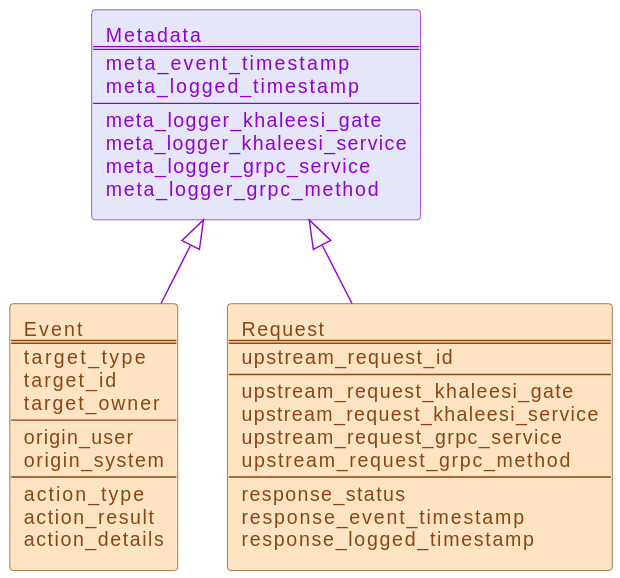
This is documentation/images/logical-structure/core-sawmill.svg from LanDinh/khaleesi-ninja, a PlantUML export, as it was before one commit. The source it was exported from:
```plantuml
@startuml
<style>
agent {
  BackgroundColor lavender
  LineColor darkviolet
  FontColor darkviolet
}
rectangle {
  BackgroundColor bisque
  LineColor saddlebrown
  FontColor saddlebrown
}
</style>

agent metadata[
  Metadata
  ====
  meta_event_timestamp
  meta_logged_timestamp
  ----
  meta_logger_khaleesi_gate
  meta_logger_khaleesi_service
  meta_logger_grpc_service
  meta_logger_grpc_method
]

rectangle event [
  Event
  ====
  target_type
  target_id
  target_owner
  ----
  origin_user
  origin_system
  ----
  action_type
  action_result
  action_details
]
rectangle request [
  Request
  ====
  upstream_request_id
  ----
  upstream_request_khaleesi_gate
  upstream_request_khaleesi_service
  upstream_request_grpc_service
  upstream_request_grpc_method
  ----
  response_status
  response_event_timestamp
  response_logged_timestamp
]

metadata ^-- event #darkviolet;text:darkviolet
metadata ^-- request #darkviolet;text:darkviolet
@enduml
```
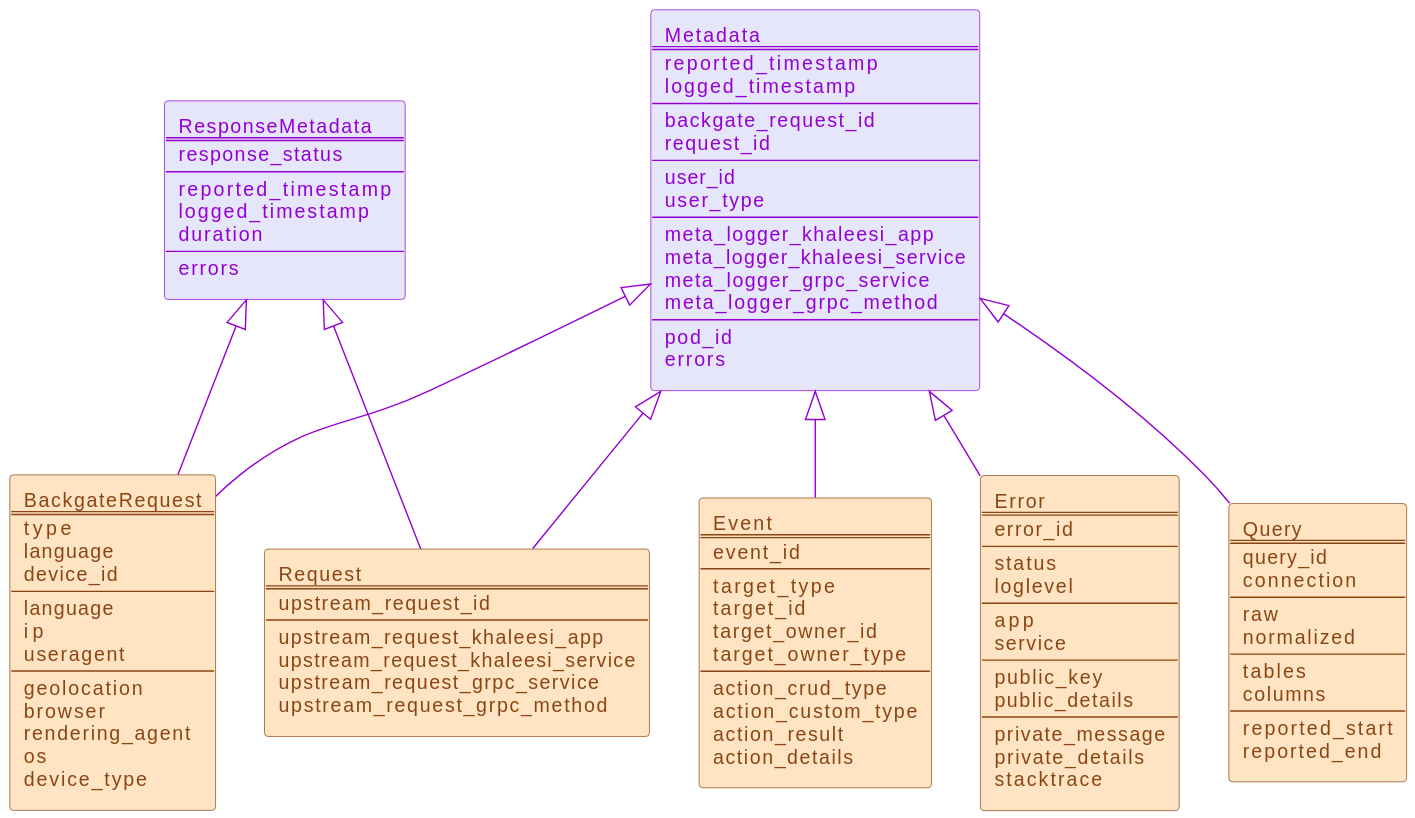
After the change.

Diff of the diagram source:
```diff
@@ -15,26 +15,48 @@
 agent metadata[
   Metadata
   ====
-  meta_event_timestamp
-  meta_logged_timestamp
+  reported_timestamp
+  logged_timestamp
   ----
-  meta_logger_khaleesi_gate
+  backgate_request_id
+  request_id
+  ----
+  user_id
+  user_type
+  ----
+  meta_logger_khaleesi_app
   meta_logger_khaleesi_service
   meta_logger_grpc_service
   meta_logger_grpc_method
+  ----
+  pod_id
+  errors
+]
+
+agent response [
+  ResponseMetadata
+  ====
+  response_status
+  ----
+  reported_timestamp
+  logged_timestamp
+  duration
+  ----
+  errors
 ]
 
 rectangle event [
   Event
   ====
+  event_id
+  ----
   target_type
   target_id
-  target_owner
+  target_owner_id
+  target_owner_type
   ----
-  origin_user
-  origin_system
-  ----
-  action_type
+  action_crud_type
+  action_custom_type
   action_result
   action_details
 ]
@@ -43,16 +65,69 @@
   ====
   upstream_request_id
   ----
-  upstream_request_khaleesi_gate
+  upstream_request_khaleesi_app
   upstream_request_khaleesi_service
   upstream_request_grpc_service
   upstream_request_grpc_method
+]
+rectangle backgate_request [
+  BackgateRequest
+  ====
+  type
+  language
+  device_id
   ----
-  response_status
-  response_event_timestamp
-  response_logged_timestamp
+  language
+  ip
+  useragent
+  ----
+  geolocation
+  browser
+  rendering_agent
+  os
+  device_type
 ]
 
-metadata ^-- event #darkviolet;text:darkviolet
-metadata ^-- request #darkviolet;text:darkviolet
+rectangle error [
+  Error
+  ====
+  error_id
+  ----
+  status
+  loglevel
+  ----
+  app
+  service
+  ----
+  public_key
+  public_details
+  ----
+  private_message
+  private_details
+  stacktrace
+]
+rectangle query [
+  Query
+  ====
+  query_id
+  connection
+  ----
+  raw
+  normalized
+  ----
+  tables
+  columns
+  ----
+  reported_start
+  reported_end
+]
+
+metadata ^-- event            #darkviolet;text:darkviolet
+metadata ^-- request          #darkviolet;text:darkviolet
+metadata ^-- backgate_request #darkviolet;text:darkviolet
+metadata ^-- query            #darkviolet;text:darkviolet
+metadata ^-- error            #darkviolet;text:darkviolet
+
+response ^-- request          #darkviolet;text:darkviolet
+response ^-- backgate_request #darkviolet;text:darkviolet
 @enduml
```
